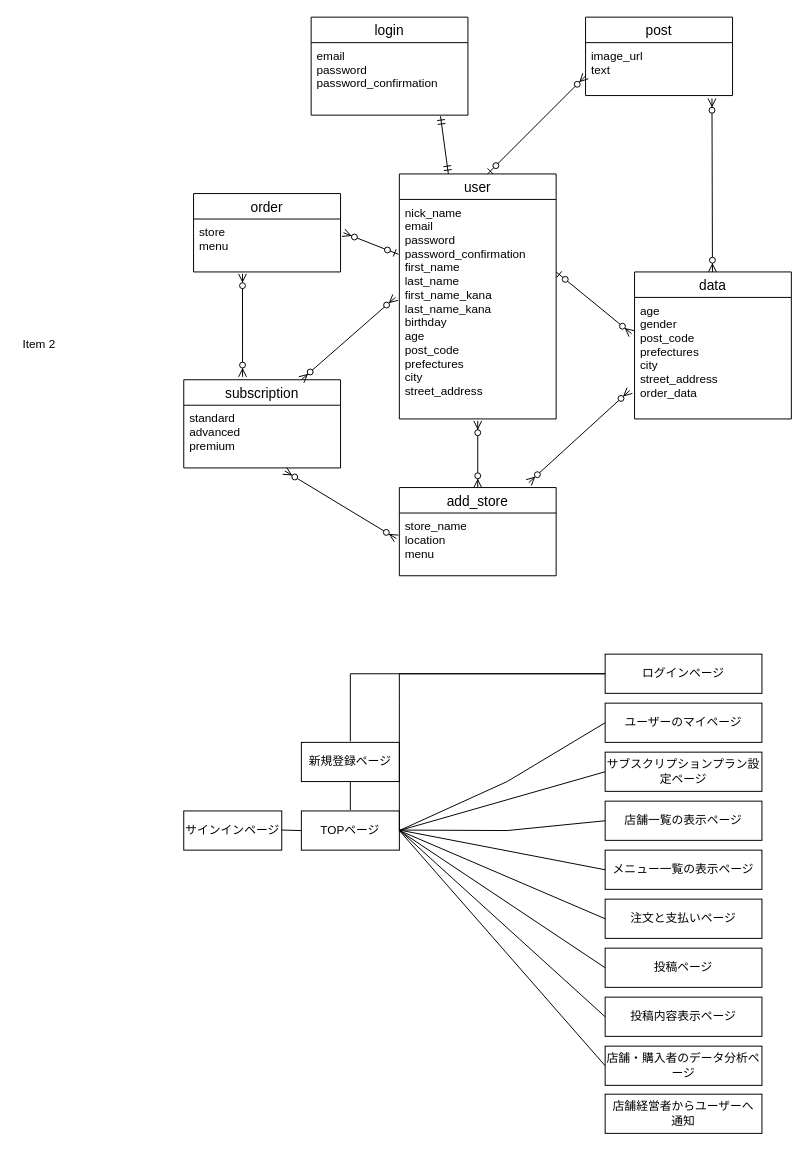
This is every.dio from ayumi0511/every, a draw.io file, before an edit. Source tidied: cells renumbered, new cells numbered last; positions are measured from the earlier drawing's top-left corner, leaving out a move shared by most shapes. Both pictures are drawn from the tidied source at 98%, with x=0, y=0 at pixel (17, 17).
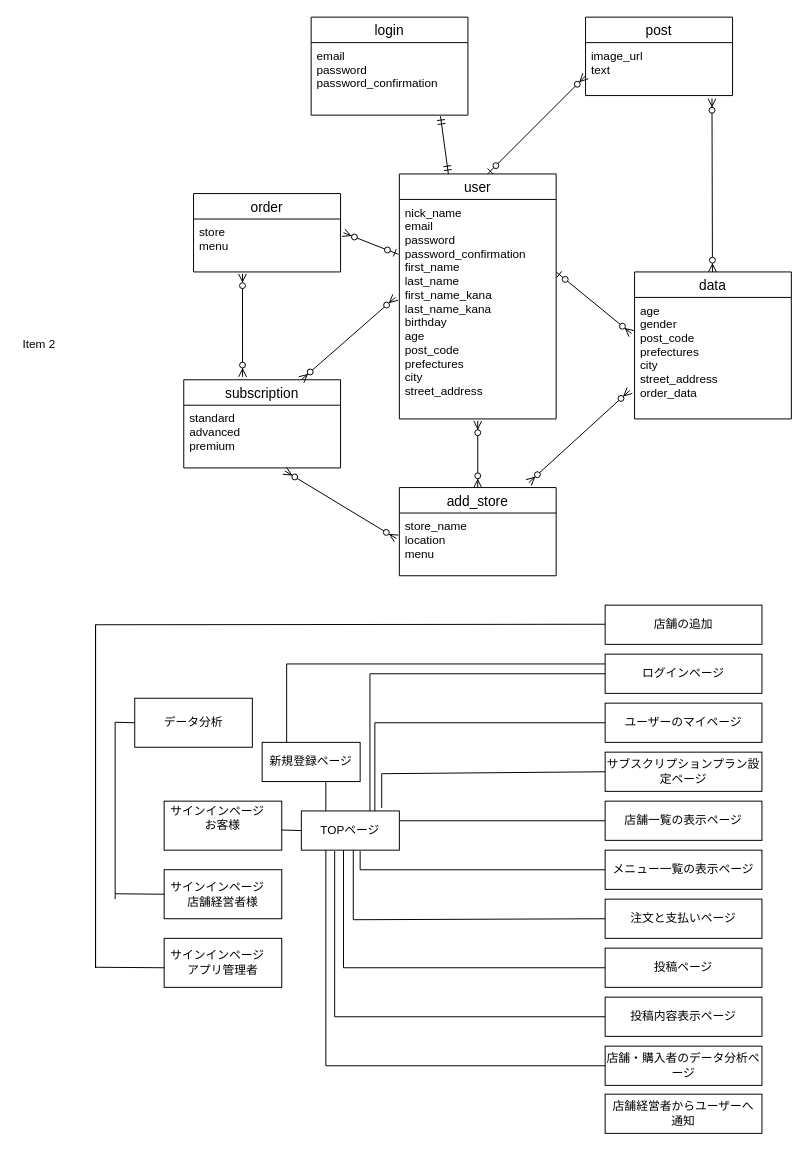
The same page after the edit.

Commit message:
画面遷移図の修正

Unchanged cells that the change refers to:
```xml
<mxCell id="27" value="ユーザーのマイページ" style="whiteSpace=wrap;html=1;align=center;" parent="1" vertex="1">
  <mxGeometry x="600" y="700" width="160" height="40" as="geometry" />
</mxCell>
<mxCell id="28" value="ログインページ" style="whiteSpace=wrap;html=1;align=center;" parent="1" vertex="1">
  <mxGeometry x="600" y="650" width="160" height="40" as="geometry" />
</mxCell>
<mxCell id="29" value="サブスクリプションプラン設定ページ" style="whiteSpace=wrap;html=1;align=center;" parent="1" vertex="1">
  <mxGeometry x="600" y="750" width="160" height="40" as="geometry" />
</mxCell>
<mxCell id="30" value="店舗一覧の表示ページ" style="whiteSpace=wrap;html=1;align=center;" parent="1" vertex="1">
  <mxGeometry x="600" y="800" width="160" height="40" as="geometry" />
</mxCell>
<mxCell id="31" value="メニュー一覧の表示ページ" style="whiteSpace=wrap;html=1;align=center;" parent="1" vertex="1">
  <mxGeometry x="600" y="850" width="160" height="40" as="geometry" />
</mxCell>
<mxCell id="32" value="注文と支払いページ" style="whiteSpace=wrap;html=1;align=center;" parent="1" vertex="1">
  <mxGeometry x="600" y="900" width="160" height="40" as="geometry" />
</mxCell>
<mxCell id="33" value="投稿ページ" style="whiteSpace=wrap;html=1;align=center;" parent="1" vertex="1">
  <mxGeometry x="600" y="950" width="160" height="40" as="geometry" />
</mxCell>
<mxCell id="34" value="投稿内容表示ページ" style="whiteSpace=wrap;html=1;align=center;" parent="1" vertex="1">
  <mxGeometry x="600" y="1000" width="160" height="40" as="geometry" />
</mxCell>
<mxCell id="36" value="TOPページ" style="whiteSpace=wrap;html=1;align=center;" parent="1" vertex="1">
  <mxGeometry x="290" y="810" width="100" height="40" as="geometry" />
</mxCell>
<mxCell id="38" value="店舗・購入者のデータ分析ページ" style="whiteSpace=wrap;html=1;align=center;" parent="1" vertex="1">
  <mxGeometry x="600" y="1050" width="160" height="40" as="geometry" />
</mxCell>
```

Change to the diagram source:
```diff
@@
-    <mxCell id="35" value="サインインページ" style="whiteSpace=wrap;html=1;align=center;" parent="1" vertex="1">
-      <mxGeometry x="170" y="810" width="100" height="40" as="geometry" />
+    <mxCell id="35" value="サインインページ&lt;span style=&quot;white-space: pre;&quot;&gt;&#9;&lt;/span&gt;&lt;br&gt;お客様&lt;br&gt;&lt;br&gt;" style="whiteSpace=wrap;html=1;align=center;" parent="1" vertex="1">
+      <mxGeometry x="150" y="800" width="120" height="50" as="geometry" />
     </mxCell>
@@
     <mxCell id="37" value="新規登録ページ" style="whiteSpace=wrap;html=1;align=center;" parent="1" vertex="1">
-      <mxGeometry x="290" y="740" width="100" height="40" as="geometry" />
+      <mxGeometry x="250" y="740" width="100" height="40" as="geometry" />
     </mxCell>
@@
     <mxCell id="39" style="endArrow=none;html=1;rounded=0;entryX=0;entryY=0.5;entryDx=0;entryDy=0;" parent="1" edge="1" target="28">
       <mxGeometry relative="1" as="geometry">
-        <mxPoint x="390" y="829.5" as="sourcePoint" />
+        <mxPoint x="360" y="810" as="sourcePoint" />
         <Array as="points">
-          <mxPoint x="390" y="700" />
-          <mxPoint x="390" y="670" />
-          <mxPoint x="500" y="670" />
+          <mxPoint x="360" y="800" />
+          <mxPoint x="360" y="670" />
         </Array>
       </mxGeometry>
     </mxCell>
-    <mxCell id="40" style="endArrow=none;html=1;rounded=0;exitX=1;exitY=0.5;exitDx=0;exitDy=0;entryX=0;entryY=0.5;entryDx=0;entryDy=0;" parent="1" edge="1" source="36" target="27">
+    <mxCell id="40" style="endArrow=none;html=1;rounded=0;entryX=0;entryY=0.5;entryDx=0;entryDy=0;exitX=0.75;exitY=0;exitDx=0;exitDy=0;" parent="1" edge="1" source="36" target="27">
       <mxGeometry relative="1" as="geometry">
         <Array as="points">
-          <mxPoint x="500" y="780" />
+          <mxPoint x="365" y="720" />
         </Array>
       </mxGeometry>
     </mxCell>
-    <mxCell id="41" style="endArrow=none;html=1;rounded=0;entryX=0;entryY=0.5;entryDx=0;entryDy=0;" parent="1" edge="1" target="29">
+    <mxCell id="41" style="endArrow=none;html=1;rounded=0;entryX=0;entryY=0.5;entryDx=0;entryDy=0;exitX=0.82;exitY=-0.075;exitDx=0;exitDy=0;exitPerimeter=0;" parent="1" edge="1" source="36" target="29">
       <mxGeometry relative="1" as="geometry">
-        <mxPoint x="390" y="830" as="sourcePoint" />
+        <Array as="points">
+          <mxPoint x="372" y="772" />
+        </Array>
       </mxGeometry>
     </mxCell>
-    <mxCell id="42" style="endArrow=none;html=1;rounded=0;entryX=0;entryY=0.5;entryDx=0;entryDy=0;" parent="1" edge="1" target="30">
+    <mxCell id="42" style="endArrow=none;html=1;rounded=0;entryX=0;entryY=0.5;entryDx=0;entryDy=0;exitX=1;exitY=0.25;exitDx=0;exitDy=0;" parent="1" edge="1" source="36" target="30">
       <mxGeometry relative="1" as="geometry">
-        <mxPoint x="390" y="829.5" as="sourcePoint" />
         <Array as="points">
-          <mxPoint x="500" y="830" />
+          <mxPoint x="500" y="820" />
         </Array>
       </mxGeometry>
     </mxCell>
-    <mxCell id="43" style="endArrow=none;html=1;rounded=0;entryX=0;entryY=0.5;entryDx=0;entryDy=0;" parent="1" edge="1" target="31">
+    <mxCell id="43" style="endArrow=none;html=1;rounded=0;entryX=0;entryY=0.5;entryDx=0;entryDy=0;exitX=0.6;exitY=1.025;exitDx=0;exitDy=0;exitPerimeter=0;" parent="1" edge="1" source="36" target="31">
       <mxGeometry relative="1" as="geometry">
-        <mxPoint x="390" y="829.5" as="sourcePoint" />
+        <Array as="points">
+          <mxPoint x="350" y="870" />
+        </Array>
       </mxGeometry>
     </mxCell>
-    <mxCell id="44" style="endArrow=none;html=1;rounded=0;exitX=1;exitY=0.5;exitDx=0;exitDy=0;entryX=0;entryY=0.5;entryDx=0;entryDy=0;" parent="1" edge="1" source="36" target="32">
-      <mxGeometry relative="1" as="geometry" />
+    <mxCell id="44" style="endArrow=none;html=1;rounded=0;entryX=0;entryY=0.5;entryDx=0;entryDy=0;" parent="1" edge="1" target="32">
+      <mxGeometry relative="1" as="geometry">
+        <mxPoint x="343" y="850" as="sourcePoint" />
+        <Array as="points">
+          <mxPoint x="343" y="921" />
+        </Array>
+      </mxGeometry>
     </mxCell>
-    <mxCell id="45" style="endArrow=none;html=1;rounded=0;exitX=1;exitY=0.5;exitDx=0;exitDy=0;entryX=0;entryY=0.5;entryDx=0;entryDy=0;" parent="1" edge="1" source="36" target="33">
-      <mxGeometry relative="1" as="geometry" />
+    <mxCell id="45" style="endArrow=none;html=1;rounded=0;exitX=0.43;exitY=1;exitDx=0;exitDy=0;entryX=0;entryY=0.5;entryDx=0;entryDy=0;exitPerimeter=0;" parent="1" edge="1" source="36" target="33">
+      <mxGeometry relative="1" as="geometry">
+        <Array as="points">
+          <mxPoint x="333" y="970" />
+        </Array>
+      </mxGeometry>
     </mxCell>
-    <mxCell id="46" style="endArrow=none;html=1;rounded=0;entryX=0;entryY=0.5;entryDx=0;entryDy=0;" parent="1" edge="1" target="34">
+    <mxCell id="46" style="endArrow=none;html=1;rounded=0;entryX=0;entryY=0.5;entryDx=0;entryDy=0;exitX=0.34;exitY=1.025;exitDx=0;exitDy=0;exitPerimeter=0;" parent="1" edge="1" source="36" target="34">
       <mxGeometry relative="1" as="geometry">
-        <mxPoint x="390" y="829.5" as="sourcePoint" />
+        <Array as="points">
+          <mxPoint x="324" y="1020" />
+        </Array>
       </mxGeometry>
     </mxCell>
-    <mxCell id="47" style="endArrow=none;html=1;rounded=0;entryX=0;entryY=0.5;entryDx=0;entryDy=0;" parent="1" edge="1" target="38">
+    <mxCell id="47" style="endArrow=none;html=1;rounded=0;entryX=0;entryY=0.5;entryDx=0;entryDy=0;exitX=0.25;exitY=1;exitDx=0;exitDy=0;" parent="1" edge="1" source="36" target="38">
       <mxGeometry relative="1" as="geometry">
-        <mxPoint x="390" y="830" as="sourcePoint" />
+        <Array as="points">
+          <mxPoint x="315" y="1070" />
+        </Array>
       </mxGeometry>
     </mxCell>
@@
-    <mxCell id="49" style="endArrow=none;html=1;rounded=0;entryX=0.5;entryY=1;entryDx=0;entryDy=0;" parent="1" edge="1" target="37">
+    <mxCell id="49" style="endArrow=none;html=1;rounded=0;exitX=0.25;exitY=0;exitDx=0;exitDy=0;" parent="1" edge="1" source="36">
       <mxGeometry relative="1" as="geometry">
-        <mxPoint x="340" y="809" as="sourcePoint" />
+        <mxPoint x="315" y="780" as="targetPoint" />
       </mxGeometry>
     </mxCell>
-    <mxCell id="50" style="endArrow=none;html=1;rounded=0;" parent="1" edge="1">
+    <mxCell id="50" style="endArrow=none;html=1;rounded=0;entryX=0;entryY=0.25;entryDx=0;entryDy=0;exitX=0.25;exitY=0;exitDx=0;exitDy=0;" parent="1" edge="1" source="37" target="28">
       <mxGeometry relative="1" as="geometry">
-        <mxPoint x="340" y="739" as="sourcePoint" />
-        <mxPoint x="600" y="670" as="targetPoint" />
         <Array as="points">
-          <mxPoint x="340" y="670" />
+          <mxPoint x="275" y="660" />
         </Array>
       </mxGeometry>
     </mxCell>
@@
+    <mxCell id="52" value="サインインページ&lt;span style=&quot;white-space: pre;&quot;&gt;&#9;&lt;/span&gt;&lt;br&gt;店舗経営者様&lt;br&gt;" style="whiteSpace=wrap;html=1;align=center;" parent="1" vertex="1">
+      <mxGeometry x="150" y="870" width="120" height="50" as="geometry" />
+    </mxCell>
+    <mxCell id="53" value="サインインページ&lt;span style=&quot;white-space: pre;&quot;&gt;&#9;&lt;/span&gt;&lt;br&gt;アプリ管理者" style="whiteSpace=wrap;html=1;align=center;" parent="1" vertex="1">
+      <mxGeometry x="150" y="940" width="120" height="50" as="geometry" />
+    </mxCell>
+    <mxCell id="54" value="店舗の追加" style="whiteSpace=wrap;html=1;align=center;" parent="1" vertex="1">
+      <mxGeometry x="600" y="600" width="160" height="40" as="geometry" />
+    </mxCell>
+    <mxCell id="55" style="endArrow=none;html=1;rounded=0;" parent="1" edge="1">
+      <mxGeometry relative="1" as="geometry">
+        <mxPoint x="80" y="620" as="sourcePoint" />
+        <mxPoint x="600" y="619.5" as="targetPoint" />
+        <Array as="points">
+          <mxPoint x="80" y="970" />
+          <mxPoint x="80" y="620" />
+        </Array>
+      </mxGeometry>
+    </mxCell>
+    <mxCell id="56" style="endArrow=none;html=1;rounded=0;" parent="1" edge="1">
+      <mxGeometry relative="1" as="geometry">
+        <mxPoint x="80" y="969.5" as="sourcePoint" />
+        <mxPoint x="150" y="970" as="targetPoint" />
+      </mxGeometry>
+    </mxCell>
+    <mxCell id="57" value="データ分析" style="whiteSpace=wrap;html=1;align=center;" parent="1" vertex="1">
+      <mxGeometry x="120" y="695" width="120" height="50" as="geometry" />
+    </mxCell>
+    <mxCell id="58" style="endArrow=none;html=1;rounded=0;" parent="1" edge="1">
+      <mxGeometry relative="1" as="geometry">
+        <mxPoint x="100" y="719.5" as="sourcePoint" />
+        <mxPoint x="120" y="720" as="targetPoint" />
+      </mxGeometry>
+    </mxCell>
+    <mxCell id="59" style="endArrow=none;html=1;rounded=0;entryX=0;entryY=0.5;entryDx=0;entryDy=0;" parent="1" edge="1" target="52">
+      <mxGeometry relative="1" as="geometry">
+        <mxPoint x="100" y="894.5" as="sourcePoint" />
+      </mxGeometry>
+    </mxCell>
+    <mxCell id="60" style="endArrow=none;html=1;rounded=0;" parent="1" edge="1">
+      <mxGeometry relative="1" as="geometry">
+        <mxPoint x="100" y="719.5" as="sourcePoint" />
+        <mxPoint x="100" y="900" as="targetPoint" />
+      </mxGeometry>
+    </mxCell>
```
